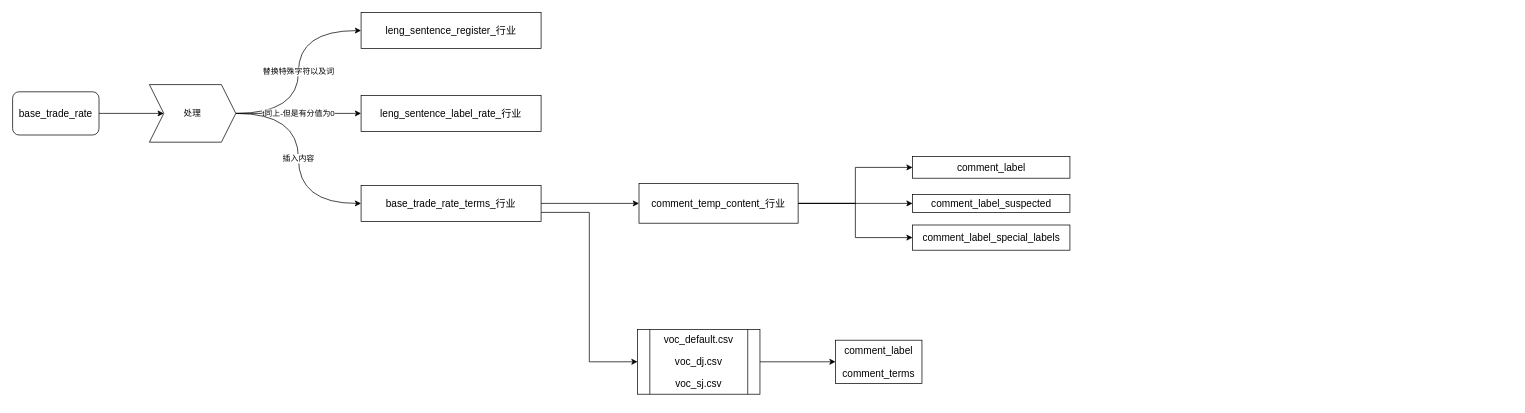
This is 流程图/voc大数据.drawio from xiaoa1/liuchengtu, a draw.io file, before an edit. Source tidied: cells renumbered, new cells numbered last; positions are measured from the earlier drawing's top-left corner, leaving out a move shared by most shapes. Both pictures are drawn from the tidied source at 72%, with x=0, y=0 at pixel (12, 12).
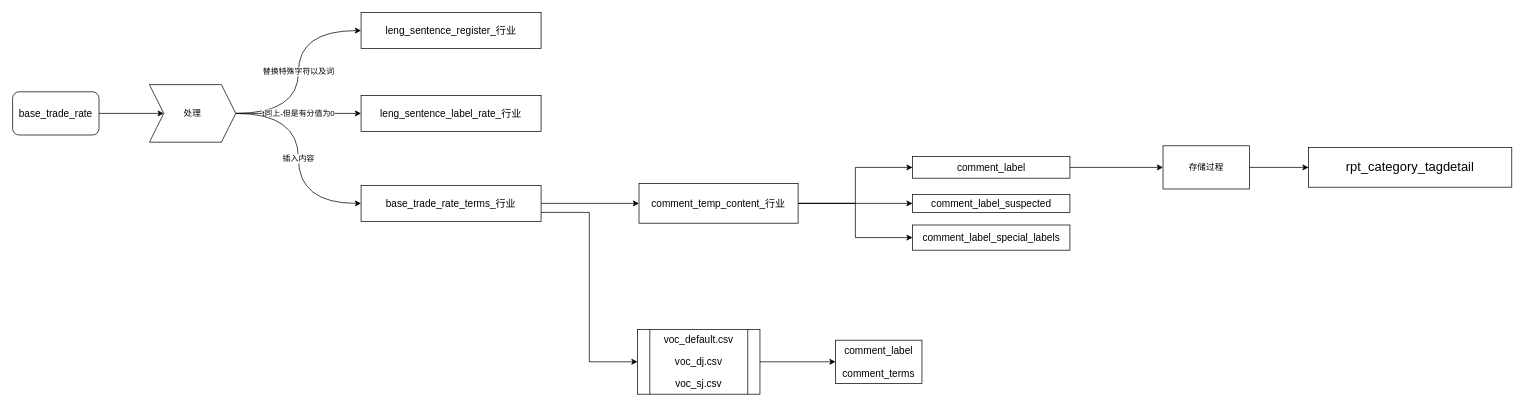
After the change.

Commit message:
更新voc大数据.drawio

Unchanged cells that the change refers to:
```xml
<mxCell id="22" value="&lt;pre style=&quot;background-color: rgb(255, 255, 255); font-family: 宋体; font-size: 10.5pt;&quot;&gt;&lt;pre style=&quot;font-family: 宋体; font-size: 10.5pt;&quot;&gt;comment_label&lt;/pre&gt;&lt;/pre&gt;" style="whiteSpace=wrap;html=1;rounded=0;" parent="1" vertex="1">
  <mxGeometry x="1250" y="200" width="218.5" height="30" as="geometry" />
</mxCell>
```

The edit, as a diff of the source:
```diff
@@
+    <mxCell id="23" style="edgeStyle=orthogonalEdgeStyle;rounded=0;jettySize=auto;html=1;" parent="1" edge="1" source="22" target="25">
+      <mxGeometry relative="1" as="geometry" />
+    </mxCell>
@@
+    <mxCell id="24" style="edgeStyle=orthogonalEdgeStyle;rounded=0;jettySize=auto;html=1;" parent="1" edge="1" source="25" target="26">
+      <mxGeometry relative="1" as="geometry" />
+    </mxCell>
+    <mxCell id="25" value="存储过程" style="whiteSpace=wrap;html=1;rounded=0;" parent="1" vertex="1">
+      <mxGeometry x="1597.8" y="185" width="120" height="60" as="geometry" />
+    </mxCell>
+    <mxCell id="26" value="&lt;pre style=&quot;background-color: rgb(255, 255, 255); font-family: 宋体; font-size: 13.5pt;&quot;&gt;rpt_category_tagdetail&lt;/pre&gt;" style="whiteSpace=wrap;html=1;rounded=0;" parent="1" vertex="1">
+      <mxGeometry x="1800" y="187.5" width="282.2" height="55" as="geometry" />
+    </mxCell>
```
